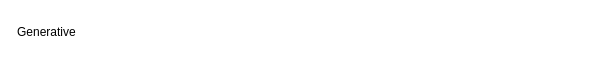
FrankHolzkamp/fep keeps this draw.io diagram as Unbenanntes Diagramm.drawio. Above is the earlier version. Source tidied: cells renumbered, new cells numbered last; positions are measured from the earlier drawing's top-left corner, leaving out a move shared by most shapes. Both pictures are drawn from the tidied source at 100%, with x=0, y=0 at pixel (18, 17).
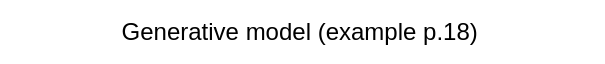
The same diagram, later.

What changed in the source:
```diff
@@
 <mxGraphModel>
   <root>
     <mxCell id="0" />
     <mxCell id="1" parent="0" />
-    <mxCell id="2" value="Generative&amp;nbsp;" style="text;html=1;align=center;verticalAlign=middle;whiteSpace=wrap;rounded=0;" parent="1" vertex="1">
-      <mxGeometry width="60" height="30" as="geometry" />
+    <mxCell id="2" value="&lt;span style=&quot;background-color: transparent; color: light-dark(rgb(0, 0, 0), rgb(255, 255, 255));&quot;&gt;&lt;font style=&quot;font-size: 24px;&quot;&gt;Generative model (example p.18)&amp;nbsp;&lt;/font&gt;&lt;/span&gt;" style="text;html=1;align=center;verticalAlign=middle;whiteSpace=wrap;rounded=0;" parent="1" vertex="1">
+      <mxGeometry width="570" height="30" as="geometry" />
     </mxCell>
   </root>
 </mxGraphModel>
```
